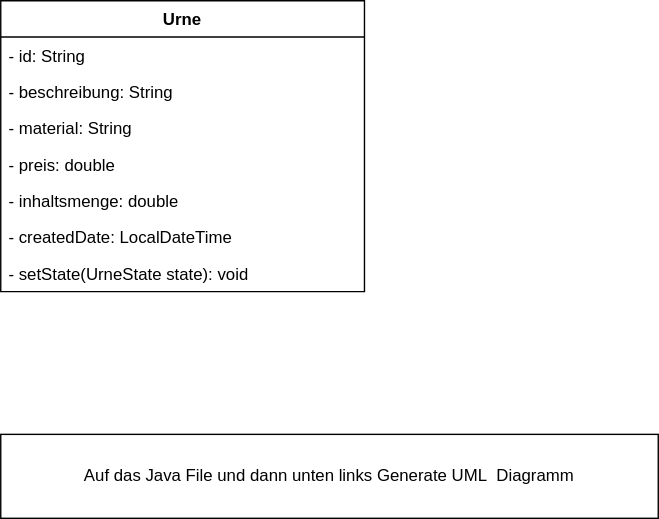
Earlier version of the draw.io export doc/figures/UML.drawio.svg (bauerfel/bauersteine). Source tidied: cells renumbered, new cells last; positions are measured from the earlier drawing's top-left corner, leaving out a move shared by most shapes. Source of this version:
```xml
<mxGraphModel>
  <root>
    <mxCell id="0" />
    <mxCell id="1" parent="0" />
    <mxCell id="2" value="Urne" style="swimlane;fontStyle=1;align=center;verticalAlign=top;horizontal=1;startSize=26;whiteSpace=wrap;html=1;" parent="1" vertex="1">
      <mxGeometry width="260" height="208" as="geometry" />
    </mxCell>
    <mxCell id="3" value="- id: String" style="text;strokeColor=none;fillColor=none;align=left;verticalAlign=top;spacingLeft=4;spacingRight=4;overflow=hidden;whiteSpace=wrap;html=1;" parent="2" vertex="1">
      <mxGeometry y="26" width="260" height="26" as="geometry" />
    </mxCell>
    <mxCell id="4" value="- beschreibung: String" style="text;strokeColor=none;fillColor=none;align=left;verticalAlign=top;spacingLeft=4;spacingRight=4;overflow=hidden;whiteSpace=wrap;html=1;" parent="2" vertex="1">
      <mxGeometry y="52" width="260" height="26" as="geometry" />
    </mxCell>
    <mxCell id="5" value="- material: String" style="text;strokeColor=none;fillColor=none;align=left;verticalAlign=top;spacingLeft=4;spacingRight=4;overflow=hidden;whiteSpace=wrap;html=1;" parent="2" vertex="1">
      <mxGeometry y="78" width="260" height="26" as="geometry" />
    </mxCell>
    <mxCell id="6" value="- preis: double" style="text;strokeColor=none;fillColor=none;align=left;verticalAlign=top;spacingLeft=4;spacingRight=4;overflow=hidden;whiteSpace=wrap;html=1;" parent="2" vertex="1">
      <mxGeometry y="104" width="260" height="26" as="geometry" />
    </mxCell>
    <mxCell id="7" value="- inhaltsmenge: double" style="text;strokeColor=none;fillColor=none;align=left;verticalAlign=top;spacingLeft=4;spacingRight=4;overflow=hidden;whiteSpace=wrap;html=1;" parent="2" vertex="1">
      <mxGeometry y="130" width="260" height="26" as="geometry" />
    </mxCell>
    <mxCell id="8" value="- createdDate: LocalDateTime" style="text;strokeColor=none;fillColor=none;align=left;verticalAlign=top;spacingLeft=4;spacingRight=4;overflow=hidden;whiteSpace=wrap;html=1;" parent="2" vertex="1">
      <mxGeometry y="156" width="260" height="26" as="geometry" />
    </mxCell>
    <mxCell id="9" value="- setState(UrneState state): void" style="text;strokeColor=none;fillColor=none;align=left;verticalAlign=top;spacingLeft=4;spacingRight=4;overflow=hidden;whiteSpace=wrap;html=1;" parent="2" vertex="1">
      <mxGeometry y="182" width="260" height="26" as="geometry" />
    </mxCell>
    <mxCell id="10" value="Auf das Java File und dann unten links Generate UML&amp;nbsp; Diagramm" style="whiteSpace=wrap;html=1;" parent="1" vertex="1">
      <mxGeometry y="310" width="470" height="60" as="geometry" />
    </mxCell>
  </root>
</mxGraphModel>
```
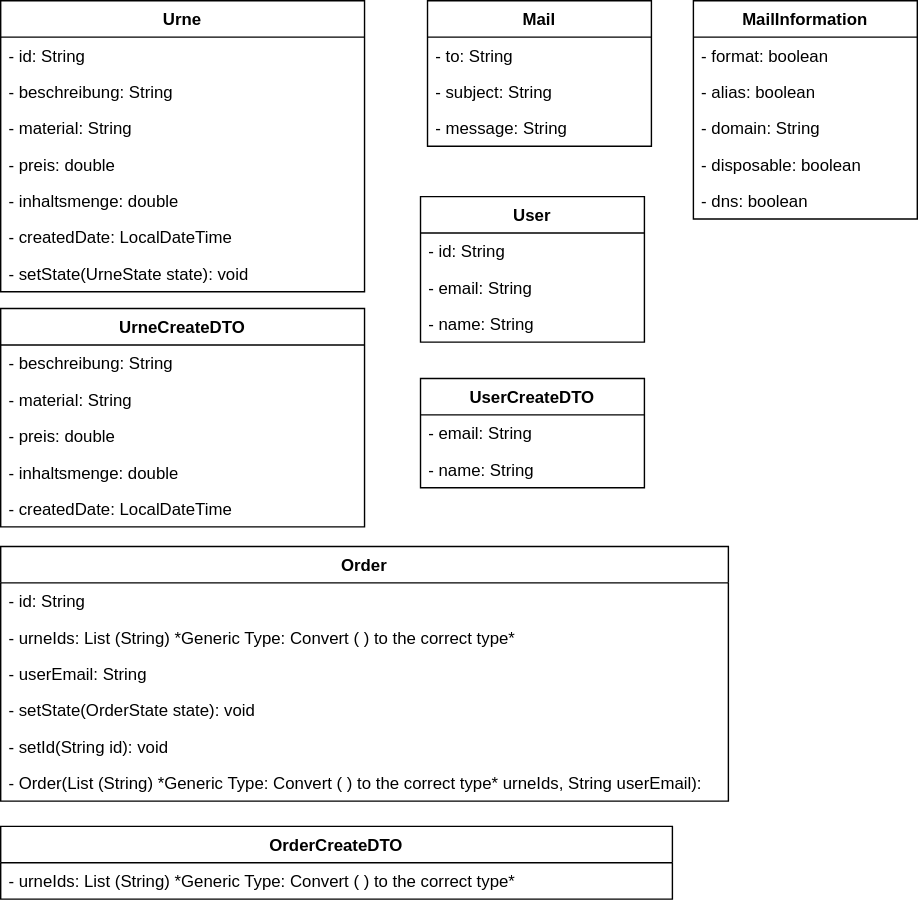
After the change.

Change to the diagram source:
```diff
@@ -26,8 +26,101 @@
     <mxCell id="9" value="- setState(UrneState state): void" style="text;strokeColor=none;fillColor=none;align=left;verticalAlign=top;spacingLeft=4;spacingRight=4;overflow=hidden;whiteSpace=wrap;html=1;" parent="2" vertex="1">
       <mxGeometry y="182" width="260" height="26" as="geometry" />
     </mxCell>
-    <mxCell id="10" value="Auf das Java File und dann unten links Generate UML&amp;nbsp; Diagramm" style="whiteSpace=wrap;html=1;" parent="1" vertex="1">
-      <mxGeometry y="310" width="470" height="60" as="geometry" />
-    </mxCell>
+    <mxCell id="11" value="Mail" style="swimlane;fontStyle=1;align=center;verticalAlign=top;horizontal=1;startSize=26;whiteSpace=wrap;html=1;" parent="1" vertex="1">
+      <mxGeometry x="305" width="160" height="104" as="geometry" />
+    </mxCell>
+    <mxCell id="12" value="- to: String" style="text;strokeColor=none;fillColor=none;align=left;verticalAlign=top;spacingLeft=4;spacingRight=4;overflow=hidden;whiteSpace=wrap;html=1;" parent="11" vertex="1">
+      <mxGeometry y="26" width="160" height="26" as="geometry" />
+    </mxCell>
+    <mxCell id="13" value="- subject: String" style="text;strokeColor=none;fillColor=none;align=left;verticalAlign=top;spacingLeft=4;spacingRight=4;overflow=hidden;whiteSpace=wrap;html=1;" parent="11" vertex="1">
+      <mxGeometry y="52" width="160" height="26" as="geometry" />
+    </mxCell>
+    <mxCell id="14" value="- message: String" style="text;strokeColor=none;fillColor=none;align=left;verticalAlign=top;spacingLeft=4;spacingRight=4;overflow=hidden;whiteSpace=wrap;html=1;" parent="11" vertex="1">
+      <mxGeometry y="78" width="160" height="26" as="geometry" />
+    </mxCell>
+    <mxCell id="15" value="MailInformation" style="swimlane;fontStyle=1;align=center;verticalAlign=top;horizontal=1;startSize=26;whiteSpace=wrap;html=1;" parent="1" vertex="1">
+      <mxGeometry x="495" width="160" height="156" as="geometry" />
+    </mxCell>
+    <mxCell id="16" value="- format: boolean" style="text;strokeColor=none;fillColor=none;align=left;verticalAlign=top;spacingLeft=4;spacingRight=4;overflow=hidden;whiteSpace=wrap;html=1;" parent="15" vertex="1">
+      <mxGeometry y="26" width="160" height="26" as="geometry" />
+    </mxCell>
+    <mxCell id="17" value="- alias: boolean" style="text;strokeColor=none;fillColor=none;align=left;verticalAlign=top;spacingLeft=4;spacingRight=4;overflow=hidden;whiteSpace=wrap;html=1;" parent="15" vertex="1">
+      <mxGeometry y="52" width="160" height="26" as="geometry" />
+    </mxCell>
+    <mxCell id="18" value="- domain: String" style="text;strokeColor=none;fillColor=none;align=left;verticalAlign=top;spacingLeft=4;spacingRight=4;overflow=hidden;whiteSpace=wrap;html=1;" parent="15" vertex="1">
+      <mxGeometry y="78" width="160" height="26" as="geometry" />
+    </mxCell>
+    <mxCell id="19" value="- disposable: boolean" style="text;strokeColor=none;fillColor=none;align=left;verticalAlign=top;spacingLeft=4;spacingRight=4;overflow=hidden;whiteSpace=wrap;html=1;" parent="15" vertex="1">
+      <mxGeometry y="104" width="160" height="26" as="geometry" />
+    </mxCell>
+    <mxCell id="20" value="- dns: boolean" style="text;strokeColor=none;fillColor=none;align=left;verticalAlign=top;spacingLeft=4;spacingRight=4;overflow=hidden;whiteSpace=wrap;html=1;" parent="15" vertex="1">
+      <mxGeometry y="130" width="160" height="26" as="geometry" />
+    </mxCell>
+    <mxCell id="21" value="Order" style="swimlane;fontStyle=1;align=center;verticalAlign=top;horizontal=1;startSize=26;whiteSpace=wrap;html=1;" parent="1" vertex="1">
+      <mxGeometry y="390" width="520" height="182" as="geometry" />
+    </mxCell>
+    <mxCell id="22" value="- id: String" style="text;strokeColor=none;fillColor=none;align=left;verticalAlign=top;spacingLeft=4;spacingRight=4;overflow=hidden;whiteSpace=wrap;html=1;" parent="21" vertex="1">
+      <mxGeometry y="26" width="520" height="26" as="geometry" />
+    </mxCell>
+    <mxCell id="23" value="- urneIds: List (String) *Generic Type: Convert ( ) to the correct type*" style="text;strokeColor=none;fillColor=none;align=left;verticalAlign=top;spacingLeft=4;spacingRight=4;overflow=hidden;whiteSpace=wrap;html=1;" parent="21" vertex="1">
+      <mxGeometry y="52" width="520" height="26" as="geometry" />
+    </mxCell>
+    <mxCell id="24" value="- userEmail: String" style="text;strokeColor=none;fillColor=none;align=left;verticalAlign=top;spacingLeft=4;spacingRight=4;overflow=hidden;whiteSpace=wrap;html=1;" parent="21" vertex="1">
+      <mxGeometry y="78" width="520" height="26" as="geometry" />
+    </mxCell>
+    <mxCell id="25" value="- setState(OrderState state): void" style="text;strokeColor=none;fillColor=none;align=left;verticalAlign=top;spacingLeft=4;spacingRight=4;overflow=hidden;whiteSpace=wrap;html=1;" parent="21" vertex="1">
+      <mxGeometry y="104" width="520" height="26" as="geometry" />
+    </mxCell>
+    <mxCell id="26" value="- setId(String id): void" style="text;strokeColor=none;fillColor=none;align=left;verticalAlign=top;spacingLeft=4;spacingRight=4;overflow=hidden;whiteSpace=wrap;html=1;" parent="21" vertex="1">
+      <mxGeometry y="130" width="520" height="26" as="geometry" />
+    </mxCell>
+    <mxCell id="27" value="- Order(List (String) *Generic Type: Convert ( ) to the correct type* urneIds, String userEmail): " style="text;strokeColor=none;fillColor=none;align=left;verticalAlign=top;spacingLeft=4;spacingRight=4;overflow=hidden;whiteSpace=wrap;html=1;" parent="21" vertex="1">
+      <mxGeometry y="156" width="520" height="26" as="geometry" />
+    </mxCell>
+    <mxCell id="28" value="OrderCreateDTO" style="swimlane;fontStyle=1;align=center;verticalAlign=top;horizontal=1;startSize=26;whiteSpace=wrap;html=1;" parent="1" vertex="1">
+      <mxGeometry y="590" width="480" height="52" as="geometry" />
+    </mxCell>
+    <mxCell id="29" value="- urneIds: List (String) *Generic Type: Convert ( ) to the correct type*" style="text;strokeColor=none;fillColor=none;align=left;verticalAlign=top;spacingLeft=4;spacingRight=4;overflow=hidden;whiteSpace=wrap;html=1;" parent="28" vertex="1">
+      <mxGeometry y="26" width="480" height="26" as="geometry" />
+    </mxCell>
+    <mxCell id="30" value="UrneCreateDTO" style="swimlane;fontStyle=1;align=center;verticalAlign=top;horizontal=1;startSize=26;whiteSpace=wrap;html=1;" parent="1" vertex="1">
+      <mxGeometry y="220" width="260" height="156" as="geometry" />
+    </mxCell>
+    <mxCell id="31" value="- beschreibung: String" style="text;strokeColor=none;fillColor=none;align=left;verticalAlign=top;spacingLeft=4;spacingRight=4;overflow=hidden;whiteSpace=wrap;html=1;" parent="30" vertex="1">
+      <mxGeometry y="26" width="260" height="26" as="geometry" />
+    </mxCell>
+    <mxCell id="32" value="- material: String" style="text;strokeColor=none;fillColor=none;align=left;verticalAlign=top;spacingLeft=4;spacingRight=4;overflow=hidden;whiteSpace=wrap;html=1;" parent="30" vertex="1">
+      <mxGeometry y="52" width="260" height="26" as="geometry" />
+    </mxCell>
+    <mxCell id="33" value="- preis: double" style="text;strokeColor=none;fillColor=none;align=left;verticalAlign=top;spacingLeft=4;spacingRight=4;overflow=hidden;whiteSpace=wrap;html=1;" parent="30" vertex="1">
+      <mxGeometry y="78" width="260" height="26" as="geometry" />
+    </mxCell>
+    <mxCell id="34" value="- inhaltsmenge: double" style="text;strokeColor=none;fillColor=none;align=left;verticalAlign=top;spacingLeft=4;spacingRight=4;overflow=hidden;whiteSpace=wrap;html=1;" parent="30" vertex="1">
+      <mxGeometry y="104" width="260" height="26" as="geometry" />
+    </mxCell>
+    <mxCell id="35" value="- createdDate: LocalDateTime" style="text;strokeColor=none;fillColor=none;align=left;verticalAlign=top;spacingLeft=4;spacingRight=4;overflow=hidden;whiteSpace=wrap;html=1;" parent="30" vertex="1">
+      <mxGeometry y="130" width="260" height="26" as="geometry" />
+    </mxCell>
+    <mxCell id="36" value="User" style="swimlane;fontStyle=1;align=center;verticalAlign=top;horizontal=1;startSize=26;whiteSpace=wrap;html=1;" parent="1" vertex="1">
+      <mxGeometry x="300" y="140" width="160" height="104" as="geometry" />
+    </mxCell>
+    <mxCell id="37" value="- id: String" style="text;strokeColor=none;fillColor=none;align=left;verticalAlign=top;spacingLeft=4;spacingRight=4;overflow=hidden;whiteSpace=wrap;html=1;" parent="36" vertex="1">
+      <mxGeometry y="26" width="160" height="26" as="geometry" />
+    </mxCell>
+    <mxCell id="38" value="- email: String" style="text;strokeColor=none;fillColor=none;align=left;verticalAlign=top;spacingLeft=4;spacingRight=4;overflow=hidden;whiteSpace=wrap;html=1;" parent="36" vertex="1">
+      <mxGeometry y="52" width="160" height="26" as="geometry" />
+    </mxCell>
+    <mxCell id="39" value="- name: String" style="text;strokeColor=none;fillColor=none;align=left;verticalAlign=top;spacingLeft=4;spacingRight=4;overflow=hidden;whiteSpace=wrap;html=1;" parent="36" vertex="1">
+      <mxGeometry y="78" width="160" height="26" as="geometry" />
+    </mxCell>
+    <mxCell id="40" value="UserCreateDTO" style="swimlane;fontStyle=1;align=center;verticalAlign=top;horizontal=1;startSize=26;whiteSpace=wrap;html=1;" parent="1" vertex="1">
+      <mxGeometry x="300" y="270" width="160" height="78" as="geometry" />
+    </mxCell>
+    <mxCell id="41" value="- email: String" style="text;strokeColor=none;fillColor=none;align=left;verticalAlign=top;spacingLeft=4;spacingRight=4;overflow=hidden;whiteSpace=wrap;html=1;" parent="40" vertex="1">
+      <mxGeometry y="26" width="160" height="26" as="geometry" />
+    </mxCell>
+    <mxCell id="42" value="- name: String" style="text;strokeColor=none;fillColor=none;align=left;verticalAlign=top;spacingLeft=4;spacingRight=4;overflow=hidden;whiteSpace=wrap;html=1;" parent="40" vertex="1">
+      <mxGeometry y="52" width="160" height="26" as="geometry" />
+    </mxCell>
   </root>
 </mxGraphModel>
```
